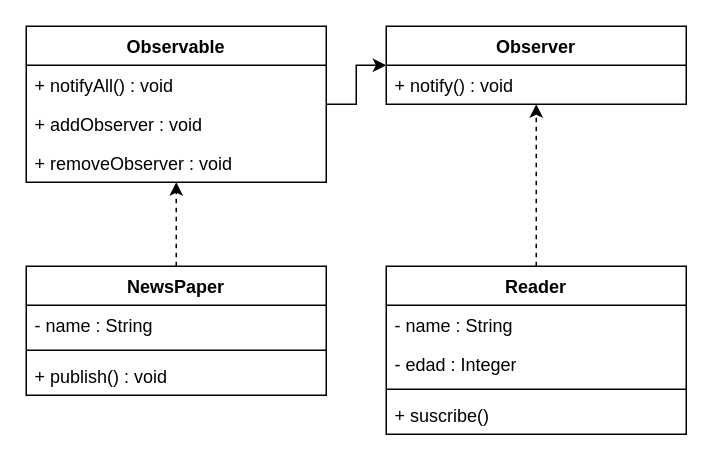
Earlier version of the draw.io diagram Observer/NewsPaper.drawio (mikcudip/design-patterns-java). Source tidied: cells renumbered, new cells numbered last; positions are measured from the earlier drawing's top-left corner, leaving out a move shared by most shapes. Both pictures are drawn from the tidied source at 150%, with x=0, y=0 at pixel (26, 26).
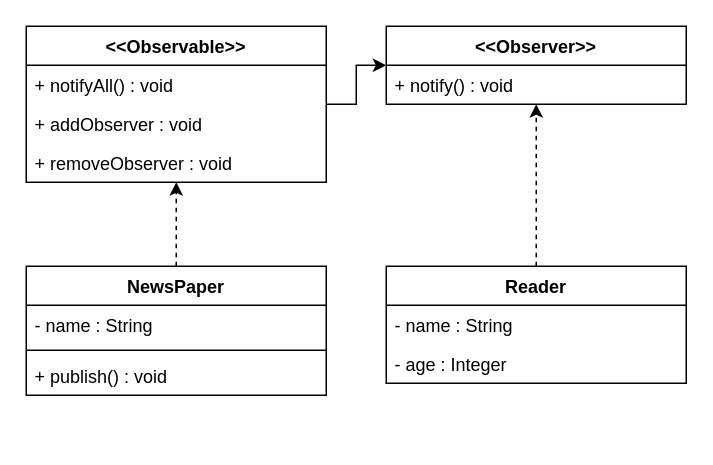
After the change.

Change to the diagram source:
```diff
@@
 <mxGraphModel>
   <root>
     <mxCell id="0" />
     <mxCell id="1" parent="0" />
     <mxCell id="2" style="edgeStyle=orthogonalEdgeStyle;rounded=0;jettySize=auto;html=1;" parent="1" edge="1" source="3" target="7">
       <mxGeometry relative="1" as="geometry" />
     </mxCell>
-    <mxCell id="3" value="Observable" style="swimlane;fontStyle=1;align=center;verticalAlign=top;horizontal=1;startSize=26;whiteSpace=wrap;html=1;" parent="1" vertex="1">
+    <mxCell id="3" value="&amp;lt;&amp;lt;Observable&amp;gt;&amp;gt;" style="swimlane;fontStyle=1;align=center;verticalAlign=top;horizontal=1;startSize=26;whiteSpace=wrap;html=1;" parent="1" vertex="1">
       <mxGeometry width="200" height="104" as="geometry" />
     </mxCell>
     <mxCell id="4" value="+ notifyAll() : void" style="text;strokeColor=none;fillColor=none;align=left;verticalAlign=top;spacingLeft=4;spacingRight=4;overflow=hidden;whiteSpace=wrap;html=1;" parent="3" vertex="1">
       <mxGeometry y="26" width="200" height="26" as="geometry" />
     </mxCell>
     <mxCell id="5" value="+ addObserver : void" style="text;strokeColor=none;fillColor=none;align=left;verticalAlign=top;spacingLeft=4;spacingRight=4;overflow=hidden;whiteSpace=wrap;html=1;" parent="3" vertex="1">
       <mxGeometry y="52" width="200" height="26" as="geometry" />
     </mxCell>
     <mxCell id="6" value="+ removeObserver : void" style="text;strokeColor=none;fillColor=none;align=left;verticalAlign=top;spacingLeft=4;spacingRight=4;overflow=hidden;whiteSpace=wrap;html=1;" parent="3" vertex="1">
       <mxGeometry y="78" width="200" height="26" as="geometry" />
     </mxCell>
-    <mxCell id="7" value="Observer" style="swimlane;fontStyle=1;align=center;verticalAlign=top;horizontal=1;startSize=26;whiteSpace=wrap;html=1;" parent="1" vertex="1">
+    <mxCell id="7" value="&amp;lt;&amp;lt;Observer&amp;gt;&amp;gt;" style="swimlane;fontStyle=1;align=center;verticalAlign=top;horizontal=1;startSize=26;whiteSpace=wrap;html=1;" parent="1" vertex="1">
       <mxGeometry x="240" width="200" height="52" as="geometry" />
     </mxCell>
     <mxCell id="8" value="+ notify() : void" style="text;strokeColor=none;fillColor=none;align=left;verticalAlign=top;spacingLeft=4;spacingRight=4;overflow=hidden;whiteSpace=wrap;html=1;" parent="7" vertex="1">
       <mxGeometry y="26" width="200" height="26" as="geometry" />
     </mxCell>
     <mxCell id="9" style="edgeStyle=orthogonalEdgeStyle;rounded=0;jettySize=auto;html=1;dashed=1;" parent="1" edge="1" source="10" target="3">
       <mxGeometry relative="1" as="geometry" />
     </mxCell>
     <mxCell id="10" value="NewsPaper" style="swimlane;fontStyle=1;align=center;verticalAlign=top;horizontal=1;startSize=26;whiteSpace=wrap;html=1;" parent="1" vertex="1">
       <mxGeometry y="160" width="200" height="86" as="geometry" />
     </mxCell>
     <mxCell id="11" value="- name : String" style="text;strokeColor=none;fillColor=none;align=left;verticalAlign=top;spacingLeft=4;spacingRight=4;overflow=hidden;whiteSpace=wrap;html=1;" parent="10" vertex="1">
       <mxGeometry y="26" width="200" height="26" as="geometry" />
     </mxCell>
     <mxCell id="12" style="line;strokeWidth=1;fillColor=none;align=left;verticalAlign=middle;spacingTop=-1;spacingLeft=3;spacingRight=3;labelPosition=right;strokeColor=inherit;" parent="10" vertex="1">
       <mxGeometry y="52" width="200" height="8" as="geometry" />
     </mxCell>
     <mxCell id="13" value="+ publish() : void" style="text;strokeColor=none;fillColor=none;align=left;verticalAlign=top;spacingLeft=4;spacingRight=4;overflow=hidden;whiteSpace=wrap;html=1;" parent="10" vertex="1">
       <mxGeometry y="60" width="200" height="26" as="geometry" />
     </mxCell>
     <mxCell id="14" style="edgeStyle=orthogonalEdgeStyle;rounded=0;jettySize=auto;html=1;dashed=1;" parent="1" edge="1" source="15" target="7">
       <mxGeometry relative="1" as="geometry" />
     </mxCell>
     <mxCell id="15" value="Reader" style="swimlane;fontStyle=1;align=center;verticalAlign=top;horizontal=1;startSize=26;whiteSpace=wrap;html=1;" parent="1" vertex="1">
-      <mxGeometry x="240" y="160" width="200" height="112" as="geometry" />
+      <mxGeometry x="240" y="160" width="200" height="78" as="geometry" />
     </mxCell>
     <mxCell id="16" value="- name : String" style="text;strokeColor=none;fillColor=none;align=left;verticalAlign=top;spacingLeft=4;spacingRight=4;overflow=hidden;whiteSpace=wrap;html=1;" parent="15" vertex="1">
       <mxGeometry y="26" width="200" height="26" as="geometry" />
     </mxCell>
-    <mxCell id="17" value="- edad : Integer" style="text;strokeColor=none;fillColor=none;align=left;verticalAlign=top;spacingLeft=4;spacingRight=4;overflow=hidden;whiteSpace=wrap;html=1;" parent="15" vertex="1">
+    <mxCell id="17" value="- age : Integer" style="text;strokeColor=none;fillColor=none;align=left;verticalAlign=top;spacingLeft=4;spacingRight=4;overflow=hidden;whiteSpace=wrap;html=1;" parent="15" vertex="1">
       <mxGeometry y="52" width="200" height="26" as="geometry" />
     </mxCell>
-    <mxCell id="18" style="line;strokeWidth=1;fillColor=none;align=left;verticalAlign=middle;spacingTop=-1;spacingLeft=3;spacingRight=3;labelPosition=right;strokeColor=inherit;" parent="15" vertex="1">
-      <mxGeometry y="78" width="200" height="8" as="geometry" />
-    </mxCell>
-    <mxCell id="19" value="+ suscribe()" style="text;strokeColor=none;fillColor=none;align=left;verticalAlign=top;spacingLeft=4;spacingRight=4;overflow=hidden;whiteSpace=wrap;html=1;" parent="15" vertex="1">
-      <mxGeometry y="86" width="200" height="26" as="geometry" />
-    </mxCell>
   </root>
 </mxGraphModel>
```
